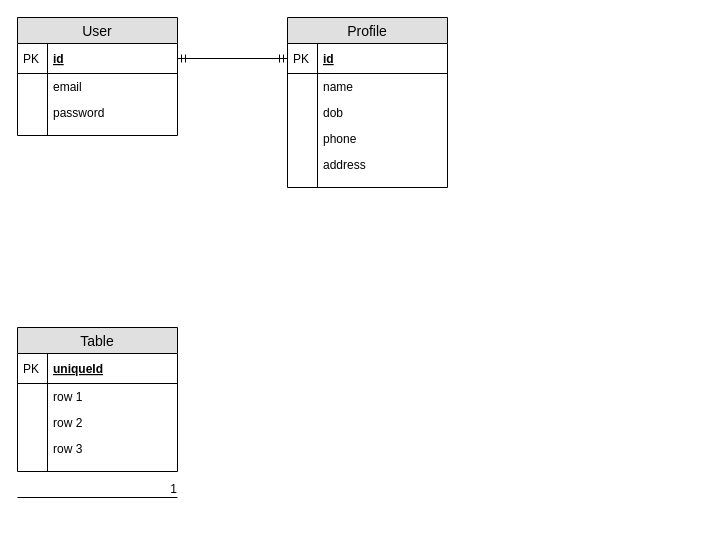
Earlier version of the draw.io diagram air-bnb-erd.drawio (hirengondhiya/HirenGondhiya_T2A1). Source tidied: cells renumbered, new cells numbered last; positions are measured from the earlier drawing's top-left corner, leaving out a move shared by most shapes. Both pictures are drawn from the tidied source at 100%, with x=0, y=0 at pixel (17, 17).
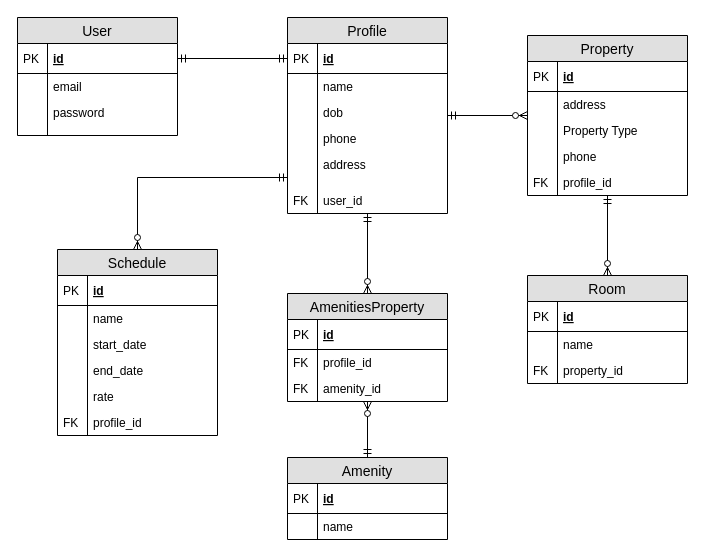
The same diagram, later.

Diff of the diagram source:
```diff
@@
+    <mxCell id="38" style="edgeStyle=orthogonalEdgeStyle;rounded=0;jettySize=auto;html=1;startArrow=ERmandOne;startFill=0;endArrow=ERzeroToMany;endFill=1;" parent="1" edge="1" source="12" target="70">
+      <mxGeometry relative="1" as="geometry" />
+    </mxCell>
+    <mxCell id="39" style="edgeStyle=orthogonalEdgeStyle;rounded=0;jettySize=auto;html=1;startArrow=ERmandOne;startFill=0;endArrow=ERzeroToMany;endFill=1;" parent="1" edge="1" source="12" target="57">
+      <mxGeometry relative="1" as="geometry" />
+    </mxCell>
+    <mxCell id="40" style="edgeStyle=orthogonalEdgeStyle;rounded=0;jettySize=auto;html=1;startArrow=ERmandOne;startFill=0;endArrow=ERzeroToMany;endFill=1;" parent="1" edge="1" source="12" target="43">
+      <mxGeometry relative="1" as="geometry">
+        <Array as="points">
+          <mxPoint x="120" y="160" />
+        </Array>
+      </mxGeometry>
+    </mxCell>
     <mxCell id="12" value="Profile" style="swimlane;fontStyle=0;horizontal=1;startSize=26;fillColor=#e0e0e0;swimlaneFillColor=#ffffff;align=center;fontSize=14;" parent="1" vertex="1">
-      <mxGeometry x="270" width="160" height="170" as="geometry" />
+      <mxGeometry x="270" width="160" height="196" as="geometry" />
     </mxCell>
@@
-    <mxCell id="25" value="Table" style="swimlane;fontStyle=0;horizontal=1;startSize=26;fillColor=#e0e0e0;swimlaneFillColor=#ffffff;align=center;fontSize=14;" parent="1" vertex="1">
-      <mxGeometry y="310" width="160" height="144" as="geometry" />
-    </mxCell>
-    <mxCell id="26" value="uniqueId" style="shape=partialRectangle;top=0;left=0;right=0;bottom=1;align=left;verticalAlign=middle;fillColor=none;spacingLeft=34;spacingRight=4;overflow=hidden;fontStyle=5;fontSize=12;" parent="25" vertex="1">
-      <mxGeometry y="26" width="160" height="30" as="geometry" />
-    </mxCell>
-    <mxCell id="27" value="PK" style="shape=partialRectangle;top=0;left=0;bottom=0;fillColor=none;align=left;verticalAlign=middle;spacingLeft=4;spacingRight=4;overflow=hidden;fontSize=12;" parent="26" vertex="1">
-      <mxGeometry width="30" height="30" as="geometry" />
-    </mxCell>
-    <mxCell id="28" value="row 1" style="shape=partialRectangle;top=0;left=0;right=0;bottom=0;align=left;verticalAlign=top;fillColor=none;spacingLeft=34;spacingRight=4;overflow=hidden;fontSize=12;" parent="25" vertex="1">
-      <mxGeometry y="56" width="160" height="26" as="geometry" />
-    </mxCell>
-    <mxCell id="29" style="shape=partialRectangle;top=0;left=0;bottom=0;fillColor=none;align=left;verticalAlign=top;spacingLeft=4;spacingRight=4;overflow=hidden;fontSize=12;" parent="28" vertex="1">
-      <mxGeometry width="30" height="26" as="geometry" />
-    </mxCell>
-    <mxCell id="30" value="row 2" style="shape=partialRectangle;top=0;left=0;right=0;bottom=0;align=left;verticalAlign=top;fillColor=none;spacingLeft=34;spacingRight=4;overflow=hidden;fontSize=12;" parent="25" vertex="1">
-      <mxGeometry y="82" width="160" height="26" as="geometry" />
-    </mxCell>
-    <mxCell id="31" style="shape=partialRectangle;top=0;left=0;bottom=0;fillColor=none;align=left;verticalAlign=top;spacingLeft=4;spacingRight=4;overflow=hidden;fontSize=12;" parent="30" vertex="1">
-      <mxGeometry width="30" height="26" as="geometry" />
-    </mxCell>
-    <mxCell id="32" value="row 3" style="shape=partialRectangle;top=0;left=0;right=0;bottom=0;align=left;verticalAlign=top;fillColor=none;spacingLeft=34;spacingRight=4;overflow=hidden;fontSize=12;" parent="25" vertex="1">
-      <mxGeometry y="108" width="160" height="26" as="geometry" />
-    </mxCell>
-    <mxCell id="33" style="shape=partialRectangle;top=0;left=0;bottom=0;fillColor=none;align=left;verticalAlign=top;spacingLeft=4;spacingRight=4;overflow=hidden;fontSize=12;" parent="32" vertex="1">
-      <mxGeometry width="30" height="26" as="geometry" />
-    </mxCell>
-    <mxCell id="34" style="shape=partialRectangle;top=0;left=0;right=0;bottom=0;align=left;verticalAlign=top;fillColor=none;spacingLeft=34;spacingRight=4;overflow=hidden;fontSize=12;" parent="25" vertex="1">
-      <mxGeometry y="134" width="160" height="10" as="geometry" />
-    </mxCell>
-    <mxCell id="35" style="shape=partialRectangle;top=0;left=0;bottom=0;fillColor=none;align=left;verticalAlign=top;spacingLeft=4;spacingRight=4;overflow=hidden;fontSize=12;" parent="34" vertex="1">
-      <mxGeometry width="30" height="10" as="geometry" />
-    </mxCell>
-    <mxCell id="36" style="endArrow=none;html=1;rounded=0;" parent="1" edge="1">
-      <mxGeometry relative="1" as="geometry">
-        <mxPoint y="480" as="sourcePoint" />
-        <mxPoint x="160" y="480" as="targetPoint" />
-      </mxGeometry>
-    </mxCell>
-    <mxCell id="37" value="1" style="html=1;align=right;verticalAlign=bottom;" parent="36" vertex="1">
-      <mxGeometry x="1" relative="1" as="geometry" />
-    </mxCell>
+    <mxCell id="41" value="user_id" style="shape=partialRectangle;top=0;left=0;right=0;bottom=0;align=left;verticalAlign=top;fillColor=none;spacingLeft=34;spacingRight=4;overflow=hidden;fontSize=12;" parent="12" vertex="1">
+      <mxGeometry y="170" width="160" height="26" as="geometry" />
+    </mxCell>
+    <mxCell id="42" value="FK" style="shape=partialRectangle;top=0;left=0;bottom=0;fillColor=none;align=left;verticalAlign=top;spacingLeft=4;spacingRight=4;overflow=hidden;fontSize=12;" parent="41" vertex="1">
+      <mxGeometry width="30" height="26" as="geometry" />
+    </mxCell>
+    <mxCell id="43" value="Schedule" style="swimlane;fontStyle=0;horizontal=1;startSize=26;fillColor=#e0e0e0;swimlaneFillColor=#ffffff;align=center;fontSize=14;" parent="1" vertex="1">
+      <mxGeometry x="40" y="232" width="160" height="186" as="geometry" />
+    </mxCell>
+    <mxCell id="44" value="id" style="shape=partialRectangle;top=0;left=0;right=0;bottom=1;align=left;verticalAlign=middle;fillColor=none;spacingLeft=34;spacingRight=4;overflow=hidden;fontStyle=5;fontSize=12;" parent="43" vertex="1">
+      <mxGeometry y="26" width="160" height="30" as="geometry" />
+    </mxCell>
+    <mxCell id="45" value="PK" style="shape=partialRectangle;top=0;left=0;bottom=0;fillColor=none;align=left;verticalAlign=middle;spacingLeft=4;spacingRight=4;overflow=hidden;fontSize=12;" parent="44" vertex="1">
+      <mxGeometry width="30" height="30" as="geometry" />
+    </mxCell>
+    <mxCell id="46" value="name" style="shape=partialRectangle;top=0;left=0;right=0;bottom=0;align=left;verticalAlign=top;fillColor=none;spacingLeft=34;spacingRight=4;overflow=hidden;fontSize=12;" parent="43" vertex="1">
+      <mxGeometry y="56" width="160" height="26" as="geometry" />
+    </mxCell>
+    <mxCell id="47" style="shape=partialRectangle;top=0;left=0;bottom=0;fillColor=none;align=left;verticalAlign=top;spacingLeft=4;spacingRight=4;overflow=hidden;fontSize=12;" parent="46" vertex="1">
+      <mxGeometry width="30" height="26" as="geometry" />
+    </mxCell>
+    <mxCell id="48" value="start_date" style="shape=partialRectangle;top=0;left=0;right=0;bottom=0;align=left;verticalAlign=top;fillColor=none;spacingLeft=34;spacingRight=4;overflow=hidden;fontSize=12;" parent="43" vertex="1">
+      <mxGeometry y="82" width="160" height="26" as="geometry" />
+    </mxCell>
+    <mxCell id="49" style="shape=partialRectangle;top=0;left=0;bottom=0;fillColor=none;align=left;verticalAlign=top;spacingLeft=4;spacingRight=4;overflow=hidden;fontSize=12;" parent="48" vertex="1">
+      <mxGeometry width="30" height="26" as="geometry" />
+    </mxCell>
+    <mxCell id="50" value="end_date" style="shape=partialRectangle;top=0;left=0;right=0;bottom=0;align=left;verticalAlign=top;fillColor=none;spacingLeft=34;spacingRight=4;overflow=hidden;fontSize=12;" parent="43" vertex="1">
+      <mxGeometry y="108" width="160" height="26" as="geometry" />
+    </mxCell>
+    <mxCell id="51" style="shape=partialRectangle;top=0;left=0;bottom=0;fillColor=none;align=left;verticalAlign=top;spacingLeft=4;spacingRight=4;overflow=hidden;fontSize=12;" parent="50" vertex="1">
+      <mxGeometry width="30" height="26" as="geometry" />
+    </mxCell>
+    <mxCell id="52" value="rate" style="shape=partialRectangle;top=0;left=0;right=0;bottom=0;align=left;verticalAlign=top;fillColor=none;spacingLeft=34;spacingRight=4;overflow=hidden;fontSize=12;" parent="43" vertex="1">
+      <mxGeometry y="134" width="160" height="26" as="geometry" />
+    </mxCell>
+    <mxCell id="53" style="shape=partialRectangle;top=0;left=0;bottom=0;fillColor=none;align=left;verticalAlign=top;spacingLeft=4;spacingRight=4;overflow=hidden;fontSize=12;" parent="52" vertex="1">
+      <mxGeometry width="30" height="26" as="geometry" />
+    </mxCell>
+    <mxCell id="54" value="profile_id" style="shape=partialRectangle;top=0;left=0;right=0;bottom=0;align=left;verticalAlign=top;fillColor=none;spacingLeft=34;spacingRight=4;overflow=hidden;fontSize=12;" parent="43" vertex="1">
+      <mxGeometry y="160" width="160" height="26" as="geometry" />
+    </mxCell>
+    <mxCell id="55" value="FK" style="shape=partialRectangle;top=0;left=0;bottom=0;fillColor=none;align=left;verticalAlign=top;spacingLeft=4;spacingRight=4;overflow=hidden;fontSize=12;" parent="54" vertex="1">
+      <mxGeometry width="30" height="26" as="geometry" />
+    </mxCell>
+    <mxCell id="56" style="edgeStyle=orthogonalEdgeStyle;rounded=0;jettySize=auto;html=1;startArrow=ERzeroToMany;startFill=1;endArrow=ERmandOne;endFill=0;" parent="1" edge="1" source="57" target="64">
+      <mxGeometry relative="1" as="geometry" />
+    </mxCell>
+    <mxCell id="57" value="AmenitiesProperty" style="swimlane;fontStyle=0;horizontal=1;startSize=26;fillColor=#e0e0e0;swimlaneFillColor=#ffffff;align=center;fontSize=14;" parent="1" vertex="1">
+      <mxGeometry x="270" y="276" width="160" height="108" as="geometry" />
+    </mxCell>
+    <mxCell id="58" value="id" style="shape=partialRectangle;top=0;left=0;right=0;bottom=1;align=left;verticalAlign=middle;fillColor=none;spacingLeft=34;spacingRight=4;overflow=hidden;fontStyle=5;fontSize=12;" parent="57" vertex="1">
+      <mxGeometry y="26" width="160" height="30" as="geometry" />
+    </mxCell>
+    <mxCell id="59" value="PK" style="shape=partialRectangle;top=0;left=0;bottom=0;fillColor=none;align=left;verticalAlign=middle;spacingLeft=4;spacingRight=4;overflow=hidden;fontSize=12;" parent="58" vertex="1">
+      <mxGeometry width="30" height="30" as="geometry" />
+    </mxCell>
+    <mxCell id="60" value="profile_id" style="shape=partialRectangle;top=0;left=0;right=0;bottom=0;align=left;verticalAlign=top;fillColor=none;spacingLeft=34;spacingRight=4;overflow=hidden;fontSize=12;" parent="57" vertex="1">
+      <mxGeometry y="56" width="160" height="26" as="geometry" />
+    </mxCell>
+    <mxCell id="61" value="FK" style="shape=partialRectangle;top=0;left=0;bottom=0;fillColor=none;align=left;verticalAlign=top;spacingLeft=4;spacingRight=4;overflow=hidden;fontSize=12;" parent="60" vertex="1">
+      <mxGeometry width="30" height="26" as="geometry" />
+    </mxCell>
+    <mxCell id="62" value="amenity_id" style="shape=partialRectangle;top=0;left=0;right=0;bottom=0;align=left;verticalAlign=top;fillColor=none;spacingLeft=34;spacingRight=4;overflow=hidden;fontSize=12;" parent="57" vertex="1">
+      <mxGeometry y="82" width="160" height="26" as="geometry" />
+    </mxCell>
+    <mxCell id="63" value="FK" style="shape=partialRectangle;top=0;left=0;bottom=0;fillColor=none;align=left;verticalAlign=top;spacingLeft=4;spacingRight=4;overflow=hidden;fontSize=12;" parent="62" vertex="1">
+      <mxGeometry width="30" height="26" as="geometry" />
+    </mxCell>
+    <mxCell id="64" value="Amenity" style="swimlane;fontStyle=0;horizontal=1;startSize=26;fillColor=#e0e0e0;swimlaneFillColor=#ffffff;align=center;fontSize=14;" parent="1" vertex="1">
+      <mxGeometry x="270" y="440" width="160" height="82" as="geometry" />
+    </mxCell>
+    <mxCell id="65" value="id" style="shape=partialRectangle;top=0;left=0;right=0;bottom=1;align=left;verticalAlign=middle;fillColor=none;spacingLeft=34;spacingRight=4;overflow=hidden;fontStyle=5;fontSize=12;" parent="64" vertex="1">
+      <mxGeometry y="26" width="160" height="30" as="geometry" />
+    </mxCell>
+    <mxCell id="66" value="PK" style="shape=partialRectangle;top=0;left=0;bottom=0;fillColor=none;align=left;verticalAlign=middle;spacingLeft=4;spacingRight=4;overflow=hidden;fontSize=12;" parent="65" vertex="1">
+      <mxGeometry width="30" height="30" as="geometry" />
+    </mxCell>
+    <mxCell id="67" value="name" style="shape=partialRectangle;top=0;left=0;right=0;bottom=0;align=left;verticalAlign=top;fillColor=none;spacingLeft=34;spacingRight=4;overflow=hidden;fontSize=12;" parent="64" vertex="1">
+      <mxGeometry y="56" width="160" height="26" as="geometry" />
+    </mxCell>
+    <mxCell id="68" style="shape=partialRectangle;top=0;left=0;bottom=0;fillColor=none;align=left;verticalAlign=top;spacingLeft=4;spacingRight=4;overflow=hidden;fontSize=12;" parent="67" vertex="1">
+      <mxGeometry width="30" height="26" as="geometry" />
+    </mxCell>
+    <mxCell id="69" style="edgeStyle=orthogonalEdgeStyle;rounded=0;jettySize=auto;html=1;startArrow=ERmandOne;startFill=0;endArrow=ERzeroToMany;endFill=1;" parent="1" edge="1" source="70" target="81">
+      <mxGeometry relative="1" as="geometry" />
+    </mxCell>
+    <mxCell id="70" value="Property" style="swimlane;fontStyle=0;horizontal=1;startSize=26;fillColor=#e0e0e0;swimlaneFillColor=#ffffff;align=center;fontSize=14;" parent="1" vertex="1">
+      <mxGeometry x="510" y="18" width="160" height="160" as="geometry" />
+    </mxCell>
+    <mxCell id="71" value="id" style="shape=partialRectangle;top=0;left=0;right=0;bottom=1;align=left;verticalAlign=middle;fillColor=none;spacingLeft=34;spacingRight=4;overflow=hidden;fontStyle=5;fontSize=12;" parent="70" vertex="1">
+      <mxGeometry y="26" width="160" height="30" as="geometry" />
+    </mxCell>
+    <mxCell id="72" value="PK" style="shape=partialRectangle;top=0;left=0;bottom=0;fillColor=none;align=left;verticalAlign=middle;spacingLeft=4;spacingRight=4;overflow=hidden;fontSize=12;" parent="71" vertex="1">
+      <mxGeometry width="30" height="30" as="geometry" />
+    </mxCell>
+    <mxCell id="73" value="address" style="shape=partialRectangle;top=0;left=0;right=0;bottom=0;align=left;verticalAlign=top;fillColor=none;spacingLeft=34;spacingRight=4;overflow=hidden;fontSize=12;" parent="70" vertex="1">
+      <mxGeometry y="56" width="160" height="26" as="geometry" />
+    </mxCell>
+    <mxCell id="74" style="shape=partialRectangle;top=0;left=0;bottom=0;fillColor=none;align=left;verticalAlign=top;spacingLeft=4;spacingRight=4;overflow=hidden;fontSize=12;" parent="73" vertex="1">
+      <mxGeometry width="30" height="26" as="geometry" />
+    </mxCell>
+    <mxCell id="75" value="Property Type" style="shape=partialRectangle;top=0;left=0;right=0;bottom=0;align=left;verticalAlign=top;fillColor=none;spacingLeft=34;spacingRight=4;overflow=hidden;fontSize=12;" parent="70" vertex="1">
+      <mxGeometry y="82" width="160" height="26" as="geometry" />
+    </mxCell>
+    <mxCell id="76" style="shape=partialRectangle;top=0;left=0;bottom=0;fillColor=none;align=left;verticalAlign=top;spacingLeft=4;spacingRight=4;overflow=hidden;fontSize=12;" parent="75" vertex="1">
+      <mxGeometry width="30" height="26" as="geometry" />
+    </mxCell>
+    <mxCell id="77" value="phone" style="shape=partialRectangle;top=0;left=0;right=0;bottom=0;align=left;verticalAlign=top;fillColor=none;spacingLeft=34;spacingRight=4;overflow=hidden;fontSize=12;" parent="70" vertex="1">
+      <mxGeometry y="108" width="160" height="26" as="geometry" />
+    </mxCell>
+    <mxCell id="78" style="shape=partialRectangle;top=0;left=0;bottom=0;fillColor=none;align=left;verticalAlign=top;spacingLeft=4;spacingRight=4;overflow=hidden;fontSize=12;" parent="77" vertex="1">
+      <mxGeometry width="30" height="26" as="geometry" />
+    </mxCell>
+    <mxCell id="79" value="profile_id" style="shape=partialRectangle;top=0;left=0;right=0;bottom=0;align=left;verticalAlign=top;fillColor=none;spacingLeft=34;spacingRight=4;overflow=hidden;fontSize=12;" parent="70" vertex="1">
+      <mxGeometry y="134" width="160" height="26" as="geometry" />
+    </mxCell>
+    <mxCell id="80" value="FK" style="shape=partialRectangle;top=0;left=0;bottom=0;fillColor=none;align=left;verticalAlign=top;spacingLeft=4;spacingRight=4;overflow=hidden;fontSize=12;" parent="79" vertex="1">
+      <mxGeometry width="30" height="26" as="geometry" />
+    </mxCell>
+    <mxCell id="81" value="Room" style="swimlane;fontStyle=0;horizontal=1;startSize=26;fillColor=#e0e0e0;swimlaneFillColor=#ffffff;align=center;fontSize=14;" parent="1" vertex="1">
+      <mxGeometry x="510" y="258" width="160" height="108" as="geometry" />
+    </mxCell>
+    <mxCell id="82" value="id" style="shape=partialRectangle;top=0;left=0;right=0;bottom=1;align=left;verticalAlign=middle;fillColor=none;spacingLeft=34;spacingRight=4;overflow=hidden;fontStyle=5;fontSize=12;" parent="81" vertex="1">
+      <mxGeometry y="26" width="160" height="30" as="geometry" />
+    </mxCell>
+    <mxCell id="83" value="PK" style="shape=partialRectangle;top=0;left=0;bottom=0;fillColor=none;align=left;verticalAlign=middle;spacingLeft=4;spacingRight=4;overflow=hidden;fontSize=12;" parent="82" vertex="1">
+      <mxGeometry width="30" height="30" as="geometry" />
+    </mxCell>
+    <mxCell id="84" value="name" style="shape=partialRectangle;top=0;left=0;right=0;bottom=0;align=left;verticalAlign=top;fillColor=none;spacingLeft=34;spacingRight=4;overflow=hidden;fontSize=12;" parent="81" vertex="1">
+      <mxGeometry y="56" width="160" height="26" as="geometry" />
+    </mxCell>
+    <mxCell id="85" style="shape=partialRectangle;top=0;left=0;bottom=0;fillColor=none;align=left;verticalAlign=top;spacingLeft=4;spacingRight=4;overflow=hidden;fontSize=12;" parent="84" vertex="1">
+      <mxGeometry width="30" height="26" as="geometry" />
+    </mxCell>
+    <mxCell id="86" value="property_id" style="shape=partialRectangle;top=0;left=0;right=0;bottom=0;align=left;verticalAlign=top;fillColor=none;spacingLeft=34;spacingRight=4;overflow=hidden;fontSize=12;" parent="81" vertex="1">
+      <mxGeometry y="82" width="160" height="26" as="geometry" />
+    </mxCell>
+    <mxCell id="87" value="FK" style="shape=partialRectangle;top=0;left=0;bottom=0;fillColor=none;align=left;verticalAlign=top;spacingLeft=4;spacingRight=4;overflow=hidden;fontSize=12;" parent="86" vertex="1">
+      <mxGeometry width="30" height="26" as="geometry" />
+    </mxCell>
```
